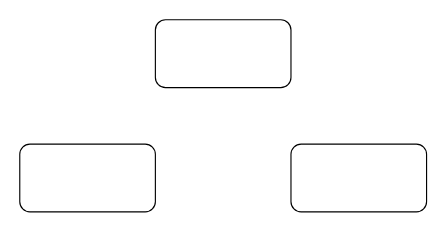
Before: Practic1/PC_Organisationmodel.drawio in nn80nn/DataBases, a draw.io diagram. Source tidied: cells renumbered, new cells numbered last; positions are measured from the earlier drawing's top-left corner, leaving out a move shared by most shapes. Both pictures are drawn from the tidied source at 113%, with x=0, y=0 at pixel (19, 19).
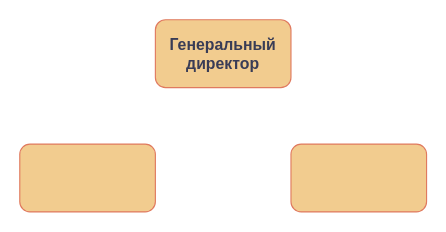
Above is the later version.

The edit, as a diff of the source:
```diff
@@
 <mxGraphModel>
   <root>
     <mxCell id="0" />
     <mxCell id="1" parent="0" />
-    <mxCell id="2" style="rounded=1;whiteSpace=wrap;html=1;" parent="1" vertex="1">
+    <mxCell id="2" value="&lt;b&gt;&lt;font style=&quot;font-size: 14px;&quot;&gt;Генеральный директор&lt;/font&gt;&lt;/b&gt;" style="rounded=1;whiteSpace=wrap;html=1;labelBackgroundColor=none;fillColor=#F2CC8F;strokeColor=#E07A5F;fontColor=#393C56;" parent="1" vertex="1">
       <mxGeometry x="120" width="120" height="60" as="geometry" />
     </mxCell>
-    <mxCell id="3" style="rounded=1;whiteSpace=wrap;html=1;" parent="1" vertex="1">
+    <mxCell id="3" style="rounded=1;whiteSpace=wrap;html=1;labelBackgroundColor=none;fillColor=#F2CC8F;strokeColor=#E07A5F;fontColor=#393C56;" parent="1" vertex="1">
       <mxGeometry y="110" width="120" height="60" as="geometry" />
     </mxCell>
-    <mxCell id="4" style="rounded=1;whiteSpace=wrap;html=1;" parent="1" vertex="1">
+    <mxCell id="4" style="rounded=1;whiteSpace=wrap;html=1;labelBackgroundColor=none;fillColor=#F2CC8F;strokeColor=#E07A5F;fontColor=#393C56;" parent="1" vertex="1">
       <mxGeometry x="240" y="110" width="120" height="60" as="geometry" />
     </mxCell>
   </root>
 </mxGraphModel>
```
